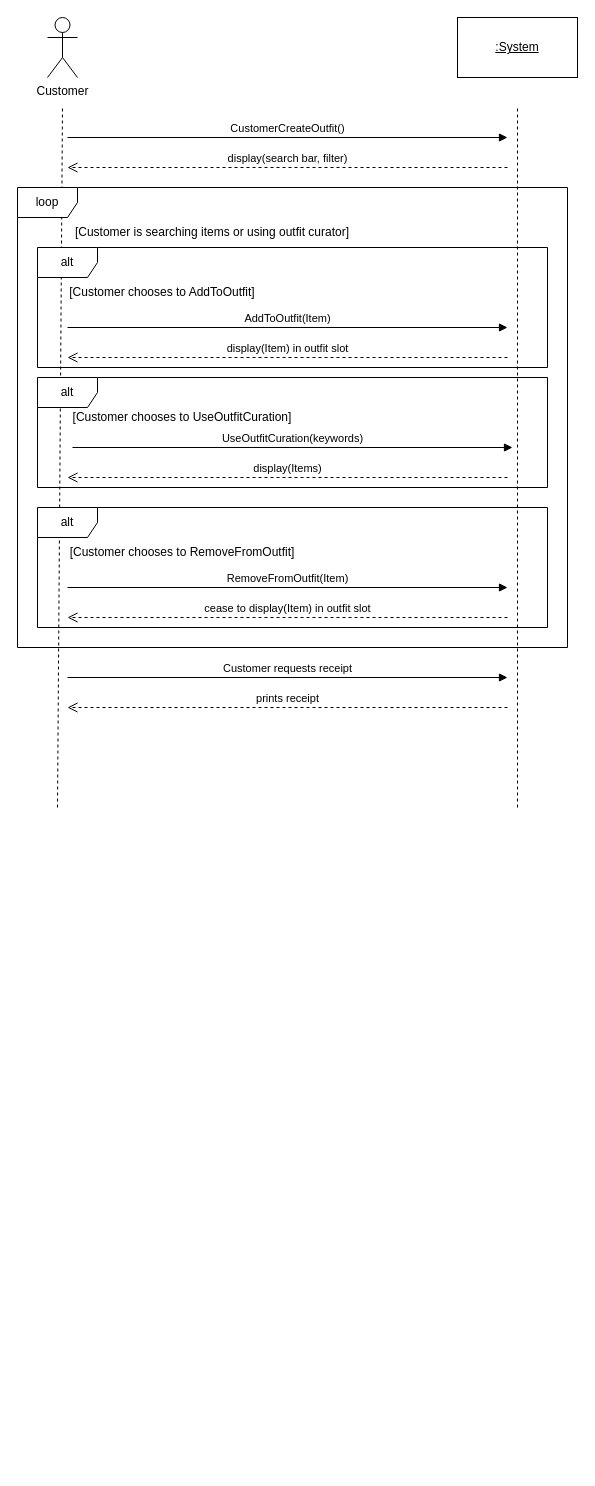
Earlier version of the draw.io diagram GroupAssignment2_SSD.drawio (CS3560-02-6-A/MallKioskSystem). Source tidied: cells renumbered, new cells numbered last; positions are measured from the earlier drawing's top-left corner, leaving out a move shared by most shapes. Both pictures are drawn from the tidied source at 100%, with x=0, y=0 at pixel (17, 17).
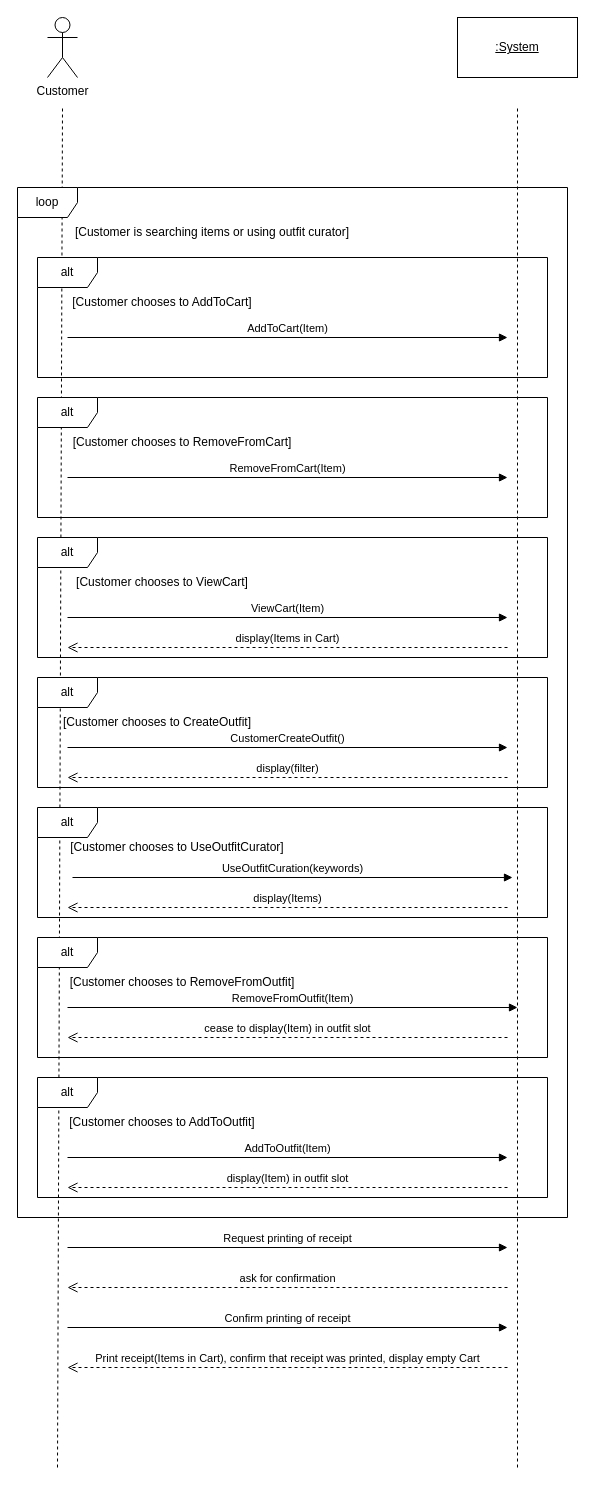
After the change.

Diff of the diagram source:
```diff
@@
     <mxCell id="5" style="endArrow=none;dashed=1;html=1;rounded=0;" parent="1" edge="1">
       <mxGeometry relative="1" as="geometry">
-        <mxPoint x="500" y="790" as="sourcePoint" />
+        <mxPoint x="500" y="1450" as="sourcePoint" />
         <mxPoint x="500" y="90" as="targetPoint" />
       </mxGeometry>
     </mxCell>
     <mxCell id="6" style="endArrow=none;dashed=1;html=1;rounded=0;" parent="1" edge="1">
       <mxGeometry relative="1" as="geometry">
-        <mxPoint x="40" y="790" as="sourcePoint" />
+        <mxPoint x="40" y="1450" as="sourcePoint" />
         <mxPoint x="45" y="90" as="targetPoint" />
       </mxGeometry>
     </mxCell>
-    <mxCell id="7" value="display(search bar, filter)" style="html=1;verticalAlign=bottom;endArrow=open;dashed=1;endSize=8;curved=0;rounded=0;" parent="1" edge="1">
+    <mxCell id="7" value="display(filter)" style="html=1;verticalAlign=bottom;endArrow=open;dashed=1;endSize=8;curved=0;rounded=0;" parent="1" edge="1">
       <mxGeometry relative="1" as="geometry">
-        <mxPoint x="490" y="150" as="sourcePoint" />
-        <mxPoint x="50" y="150" as="targetPoint" />
+        <mxPoint x="490" y="760" as="sourcePoint" />
+        <mxPoint x="50" y="760" as="targetPoint" />
       </mxGeometry>
     </mxCell>
     <mxCell id="8" value="CustomerCreateOutfit()" style="html=1;verticalAlign=bottom;endArrow=block;curved=0;rounded=0;" parent="1" edge="1">
       <mxGeometry relative="1" as="geometry">
-        <mxPoint x="50" y="120" as="sourcePoint" />
-        <mxPoint x="490" y="120" as="targetPoint" />
+        <mxPoint x="50" y="730" as="sourcePoint" />
+        <mxPoint x="490" y="730" as="targetPoint" />
       </mxGeometry>
     </mxCell>
     <mxCell id="9" value="loop" style="shape=umlFrame;whiteSpace=wrap;html=1;" parent="1" vertex="1">
-      <mxGeometry y="170" width="550" height="460" as="geometry" />
+      <mxGeometry y="170" width="550" height="1030" as="geometry" />
     </mxCell>
@@
     <mxCell id="11" value="display(Item) in outfit slot" style="html=1;verticalAlign=bottom;endArrow=open;dashed=1;endSize=8;curved=0;rounded=0;" parent="1" edge="1">
       <mxGeometry relative="1" as="geometry">
-        <mxPoint x="490" y="340" as="sourcePoint" />
-        <mxPoint x="50" y="340" as="targetPoint" />
+        <mxPoint x="490" y="1170" as="sourcePoint" />
+        <mxPoint x="50" y="1170" as="targetPoint" />
       </mxGeometry>
     </mxCell>
     <mxCell id="12" value="AddToOutfit(Item)" style="html=1;verticalAlign=bottom;endArrow=block;curved=0;rounded=0;" parent="1" edge="1">
       <mxGeometry relative="1" as="geometry">
-        <mxPoint x="50" y="310" as="sourcePoint" />
-        <mxPoint x="490" y="310" as="targetPoint" />
+        <mxPoint x="50" y="1140" as="sourcePoint" />
+        <mxPoint x="490" y="1140" as="targetPoint" />
       </mxGeometry>
     </mxCell>
     <mxCell id="13" value="UseOutfitCuration(keywords)" style="html=1;verticalAlign=bottom;endArrow=block;curved=0;rounded=0;" parent="1" edge="1">
       <mxGeometry relative="1" as="geometry">
-        <mxPoint x="55" y="430" as="sourcePoint" />
-        <mxPoint x="495" y="430" as="targetPoint" />
+        <mxPoint x="55" y="860" as="sourcePoint" />
+        <mxPoint x="495" y="860" as="targetPoint" />
       </mxGeometry>
     </mxCell>
     <mxCell id="14" value="display(Items)" style="html=1;verticalAlign=bottom;endArrow=open;dashed=1;endSize=8;curved=0;rounded=0;" parent="1" edge="1">
       <mxGeometry relative="1" as="geometry">
-        <mxPoint x="490" y="460" as="sourcePoint" />
-        <mxPoint x="50" y="460" as="targetPoint" />
+        <mxPoint x="490" y="890" as="sourcePoint" />
+        <mxPoint x="50" y="890" as="targetPoint" />
       </mxGeometry>
     </mxCell>
     <mxCell id="15" value="RemoveFromOutfit(Item)" style="html=1;verticalAlign=bottom;endArrow=block;curved=0;rounded=0;" parent="1" edge="1">
       <mxGeometry relative="1" as="geometry">
-        <mxPoint x="50" y="570" as="sourcePoint" />
-        <mxPoint x="490" y="570" as="targetPoint" />
+        <mxPoint x="50" y="990" as="sourcePoint" />
+        <mxPoint x="500" y="990" as="targetPoint" />
       </mxGeometry>
     </mxCell>
     <mxCell id="16" value="cease to display(Item) in outfit slot" style="html=1;verticalAlign=bottom;endArrow=open;dashed=1;endSize=8;curved=0;rounded=0;" parent="1" edge="1">
       <mxGeometry relative="1" as="geometry">
-        <mxPoint x="490" y="600" as="sourcePoint" />
-        <mxPoint x="50" y="600" as="targetPoint" />
+        <mxPoint x="490" y="1020" as="sourcePoint" />
+        <mxPoint x="50" y="1020" as="targetPoint" />
       </mxGeometry>
     </mxCell>
     <mxCell id="17" value="alt" style="shape=umlFrame;whiteSpace=wrap;html=1;" parent="1" vertex="1">
-      <mxGeometry x="20" y="230" width="510" height="120" as="geometry" />
+      <mxGeometry x="20" y="1060" width="510" height="120" as="geometry" />
     </mxCell>
     <mxCell id="18" value="[Customer chooses to AddToOutfit]" style="text;html=1;whiteSpace=wrap;strokeColor=none;fillColor=none;align=center;verticalAlign=middle;rounded=0;" parent="1" vertex="1">
-      <mxGeometry x="50" y="260" width="190" height="30" as="geometry" />
+      <mxGeometry x="50" y="1090" width="190" height="30" as="geometry" />
     </mxCell>
     <mxCell id="19" value="alt" style="shape=umlFrame;whiteSpace=wrap;html=1;" parent="1" vertex="1">
-      <mxGeometry x="20" y="360" width="510" height="110" as="geometry" />
+      <mxGeometry x="20" y="790" width="510" height="110" as="geometry" />
     </mxCell>
-    <mxCell id="20" value="[Customer chooses to UseOutfitCuration]" style="text;html=1;whiteSpace=wrap;strokeColor=none;fillColor=none;align=center;verticalAlign=middle;rounded=0;" parent="1" vertex="1">
-      <mxGeometry x="50" y="385" width="230" height="30" as="geometry" />
+    <mxCell id="20" value="[Customer chooses to UseOutfitCurator]" style="text;html=1;whiteSpace=wrap;strokeColor=none;fillColor=none;align=center;verticalAlign=middle;rounded=0;" parent="1" vertex="1">
+      <mxGeometry x="50" y="815" width="220" height="30" as="geometry" />
     </mxCell>
     <mxCell id="21" value="alt" style="shape=umlFrame;whiteSpace=wrap;html=1;" parent="1" vertex="1">
-      <mxGeometry x="20" y="490" width="510" height="120" as="geometry" />
+      <mxGeometry x="20" y="920" width="510" height="120" as="geometry" />
     </mxCell>
+    <mxCell id="23" value="Request printing of receipt" style="html=1;verticalAlign=bottom;endArrow=block;curved=0;rounded=0;" parent="1" edge="1">
+      <mxGeometry relative="1" as="geometry">
+        <mxPoint x="50" y="1230" as="sourcePoint" />
+        <mxPoint x="490" y="1230" as="targetPoint" />
+      </mxGeometry>
+    </mxCell>
+    <mxCell id="25" value="AddToCart(Item)" style="html=1;verticalAlign=bottom;endArrow=block;curved=0;rounded=0;" parent="1" edge="1">
+      <mxGeometry relative="1" as="geometry">
+        <mxPoint x="50" y="320" as="sourcePoint" />
+        <mxPoint x="490" y="320" as="targetPoint" />
+      </mxGeometry>
+    </mxCell>
+    <mxCell id="26" value="alt" style="shape=umlFrame;whiteSpace=wrap;html=1;" parent="1" vertex="1">
+      <mxGeometry x="20" y="240" width="510" height="120" as="geometry" />
+    </mxCell>
+    <mxCell id="27" value="[Customer chooses to AddToCart]" style="text;html=1;whiteSpace=wrap;strokeColor=none;fillColor=none;align=center;verticalAlign=middle;rounded=0;" parent="1" vertex="1">
+      <mxGeometry x="50" y="270" width="190" height="30" as="geometry" />
+    </mxCell>
+    <mxCell id="28" value="RemoveFromCart(Item)" style="html=1;verticalAlign=bottom;endArrow=block;curved=0;rounded=0;" parent="1" edge="1">
+      <mxGeometry relative="1" as="geometry">
+        <mxPoint x="50" y="460" as="sourcePoint" />
+        <mxPoint x="490" y="460" as="targetPoint" />
+      </mxGeometry>
+    </mxCell>
+    <mxCell id="29" value="alt" style="shape=umlFrame;whiteSpace=wrap;html=1;" parent="1" vertex="1">
+      <mxGeometry x="20" y="380" width="510" height="120" as="geometry" />
+    </mxCell>
+    <mxCell id="30" value="[Customer chooses to RemoveFromCart]" style="text;html=1;whiteSpace=wrap;strokeColor=none;fillColor=none;align=center;verticalAlign=middle;rounded=0;" parent="1" vertex="1">
+      <mxGeometry x="50" y="410" width="230" height="30" as="geometry" />
+    </mxCell>
+    <mxCell id="31" style="html=1;verticalAlign=bottom;endArrow=block;curved=0;rounded=0;" parent="1" edge="1" target="22">
+      <mxGeometry relative="1" as="geometry">
+        <mxPoint x="50" y="970" as="sourcePoint" />
+      </mxGeometry>
+    </mxCell>
     <mxCell id="22" value="[Customer chooses to RemoveFromOutfit]" style="text;html=1;whiteSpace=wrap;strokeColor=none;fillColor=none;align=center;verticalAlign=middle;rounded=0;" parent="1" vertex="1">
-      <mxGeometry x="50" y="520" width="230" height="30" as="geometry" />
+      <mxGeometry x="50" y="950" width="230" height="30" as="geometry" />
     </mxCell>
-    <mxCell id="23" value="Customer requests receipt" style="html=1;verticalAlign=bottom;endArrow=block;curved=0;rounded=0;" parent="1" edge="1">
-      <mxGeometry relative="1" as="geometry">
-        <mxPoint x="50" y="660" as="sourcePoint" />
-        <mxPoint x="490" y="660" as="targetPoint" />
-      </mxGeometry>
-    </mxCell>
-    <mxCell id="24" value="prints receipt" style="html=1;verticalAlign=bottom;endArrow=open;dashed=1;endSize=8;curved=0;rounded=0;" parent="1" edge="1">
-      <mxGeometry relative="1" as="geometry">
-        <mxPoint x="490" y="690" as="sourcePoint" />
-        <mxPoint x="50" y="690" as="targetPoint" />
-      </mxGeometry>
-    </mxCell>
+    <mxCell id="32" value="display(Items in Cart)" style="html=1;verticalAlign=bottom;endArrow=open;dashed=1;endSize=8;curved=0;rounded=0;" parent="1" edge="1">
+      <mxGeometry relative="1" as="geometry">
+        <mxPoint x="490" y="630" as="sourcePoint" />
+        <mxPoint x="50" y="630" as="targetPoint" />
+      </mxGeometry>
+    </mxCell>
+    <mxCell id="33" value="ViewCart(Item)" style="html=1;verticalAlign=bottom;endArrow=block;curved=0;rounded=0;" parent="1" edge="1">
+      <mxGeometry relative="1" as="geometry">
+        <mxPoint x="50" y="600" as="sourcePoint" />
+        <mxPoint x="490" y="600" as="targetPoint" />
+      </mxGeometry>
+    </mxCell>
+    <mxCell id="34" value="alt" style="shape=umlFrame;whiteSpace=wrap;html=1;" parent="1" vertex="1">
+      <mxGeometry x="20" y="520" width="510" height="120" as="geometry" />
+    </mxCell>
+    <mxCell id="35" value="[Customer chooses to ViewCart]" style="text;html=1;whiteSpace=wrap;strokeColor=none;fillColor=none;align=center;verticalAlign=middle;rounded=0;" parent="1" vertex="1">
+      <mxGeometry x="50" y="550" width="190" height="30" as="geometry" />
+    </mxCell>
+    <mxCell id="36" value="alt" style="shape=umlFrame;whiteSpace=wrap;html=1;" parent="1" vertex="1">
+      <mxGeometry x="20" y="660" width="510" height="110" as="geometry" />
+    </mxCell>
+    <mxCell id="37" value="[Customer chooses to CreateOutfit]" style="text;html=1;whiteSpace=wrap;strokeColor=none;fillColor=none;align=center;verticalAlign=middle;rounded=0;" parent="1" vertex="1">
+      <mxGeometry x="40" y="690" width="200" height="30" as="geometry" />
+    </mxCell>
+    <mxCell id="38" value="ask for confirmation" style="html=1;verticalAlign=bottom;endArrow=open;dashed=1;endSize=8;curved=0;rounded=0;" parent="1" edge="1">
+      <mxGeometry relative="1" as="geometry">
+        <mxPoint x="490" y="1270" as="sourcePoint" />
+        <mxPoint x="50" y="1270" as="targetPoint" />
+      </mxGeometry>
+    </mxCell>
+    <mxCell id="39" value="Confirm printing of receipt" style="html=1;verticalAlign=bottom;endArrow=block;curved=0;rounded=0;" parent="1" edge="1">
+      <mxGeometry relative="1" as="geometry">
+        <mxPoint x="50" y="1310" as="sourcePoint" />
+        <mxPoint x="490" y="1310" as="targetPoint" />
+      </mxGeometry>
+    </mxCell>
+    <mxCell id="40" value="Print receipt(Items in Cart), confirm that receipt was printed, display empty Cart" style="html=1;verticalAlign=bottom;endArrow=open;dashed=1;endSize=8;curved=0;rounded=0;" parent="1" edge="1">
+      <mxGeometry relative="1" as="geometry">
+        <mxPoint x="490" y="1350" as="sourcePoint" />
+        <mxPoint x="50" y="1350" as="targetPoint" />
+      </mxGeometry>
+    </mxCell>
```
